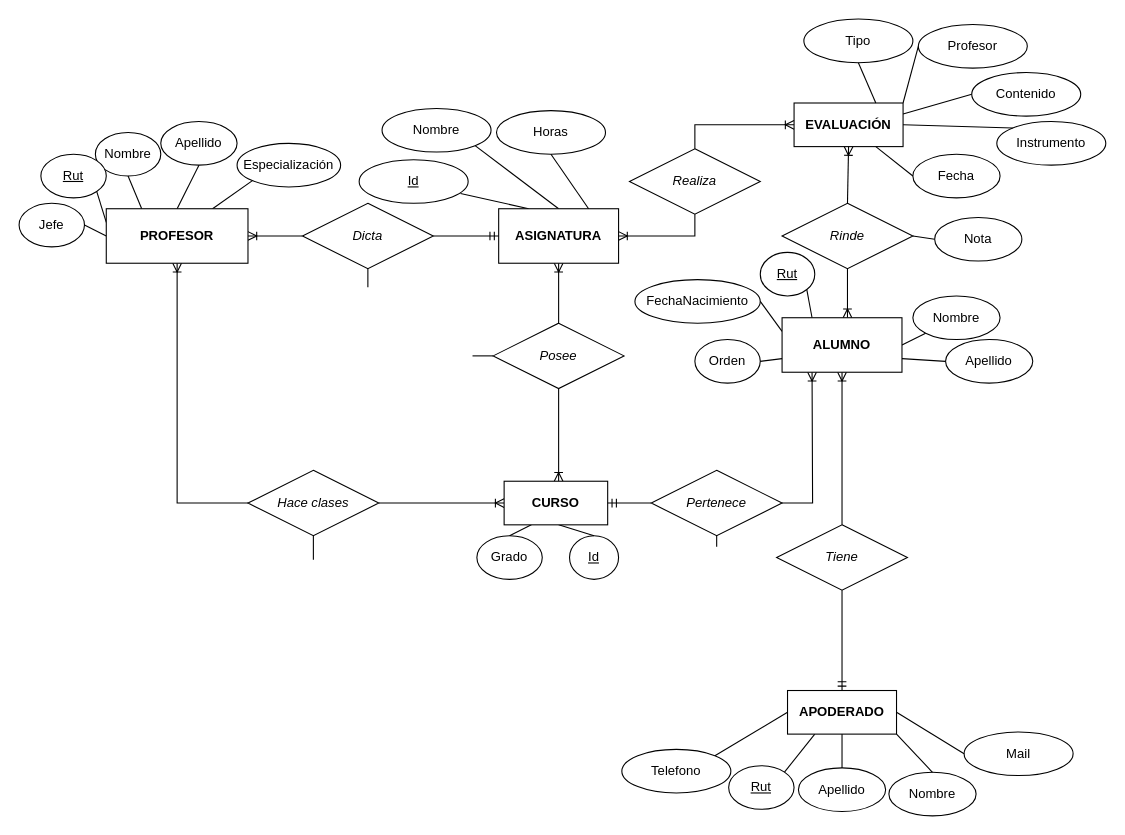
This is Mer colegio modificado 2.drawio from Javierlq/proyectoBD, a draw.io file, before an edit. Source tidied: cells renumbered, new cells numbered last; positions are measured from the earlier drawing's top-left corner, leaving out a move shared by most shapes. Both pictures are drawn from the tidied source at 109%, with x=0, y=0 at pixel (19, 19).
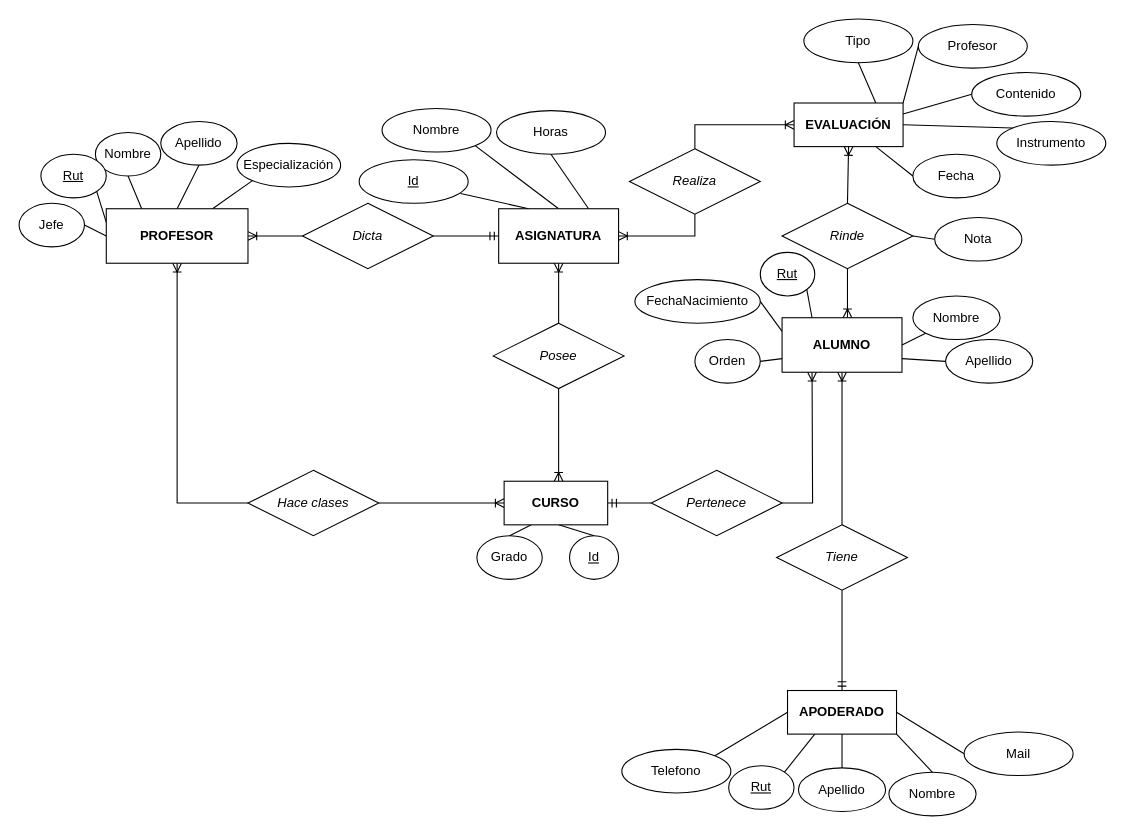
Above is the later version.

Unchanged cells that the change refers to:
```xml
<mxCell id="2" value="&lt;i&gt;Dicta&lt;/i&gt;" style="shape=rhombus;perimeter=rhombusPerimeter;whiteSpace=wrap;html=1;align=center;" parent="1" vertex="1">
  <mxGeometry x="260" y="169" width="120" height="60" as="geometry" />
</mxCell>
<mxCell id="4" value="&lt;i&gt;Hace clases&lt;/i&gt;" style="shape=rhombus;perimeter=rhombusPerimeter;whiteSpace=wrap;html=1;align=center;" parent="1" vertex="1">
  <mxGeometry x="210" y="414" width="120" height="60" as="geometry" />
</mxCell>
<mxCell id="7" value="&lt;i&gt;Pertenece&lt;/i&gt;" style="shape=rhombus;perimeter=rhombusPerimeter;whiteSpace=wrap;html=1;align=center;" parent="1" vertex="1">
  <mxGeometry x="580" y="414" width="120" height="60" as="geometry" />
</mxCell>
<mxCell id="44" value="&lt;i&gt;Posee&lt;/i&gt;" style="shape=rhombus;perimeter=rhombusPerimeter;whiteSpace=wrap;html=1;align=center;" parent="1" vertex="1">
  <mxGeometry x="435" y="279" width="120" height="60" as="geometry" />
</mxCell>
```

What changed in the source:
```diff
@@
-    <mxCell id="60" style="endArrow=none;html=1;rounded=0;entryX=0.5;entryY=1;entryDx=0;entryDy=0;exitX=0.5;exitY=0;exitDx=0;exitDy=0;" parent="1" edge="1" target="7">
-      <mxGeometry relative="1" as="geometry">
-        <mxPoint x="640" y="484" as="sourcePoint" />
-      </mxGeometry>
-    </mxCell>
-    <mxCell id="61" style="endArrow=none;html=1;rounded=0;entryX=0;entryY=0.5;entryDx=0;entryDy=0;exitX=1;exitY=0.5;exitDx=0;exitDy=0;" parent="1" edge="1" target="44">
-      <mxGeometry relative="1" as="geometry">
-        <mxPoint x="416" y="309" as="sourcePoint" />
-      </mxGeometry>
-    </mxCell>
-    <mxCell id="62" style="endArrow=none;html=1;rounded=0;entryX=0.5;entryY=1;entryDx=0;entryDy=0;exitX=0.5;exitY=0;exitDx=0;exitDy=0;" parent="1" edge="1" target="2">
-      <mxGeometry relative="1" as="geometry">
-        <mxPoint x="320" y="246" as="sourcePoint" />
-      </mxGeometry>
-    </mxCell>
-    <mxCell id="63" style="endArrow=none;html=1;rounded=0;entryX=0.5;entryY=1;entryDx=0;entryDy=0;exitX=0.5;exitY=0;exitDx=0;exitDy=0;" parent="1" edge="1" target="4">
-      <mxGeometry relative="1" as="geometry">
-        <mxPoint x="270" y="496" as="sourcePoint" />
-      </mxGeometry>
-    </mxCell>
```
